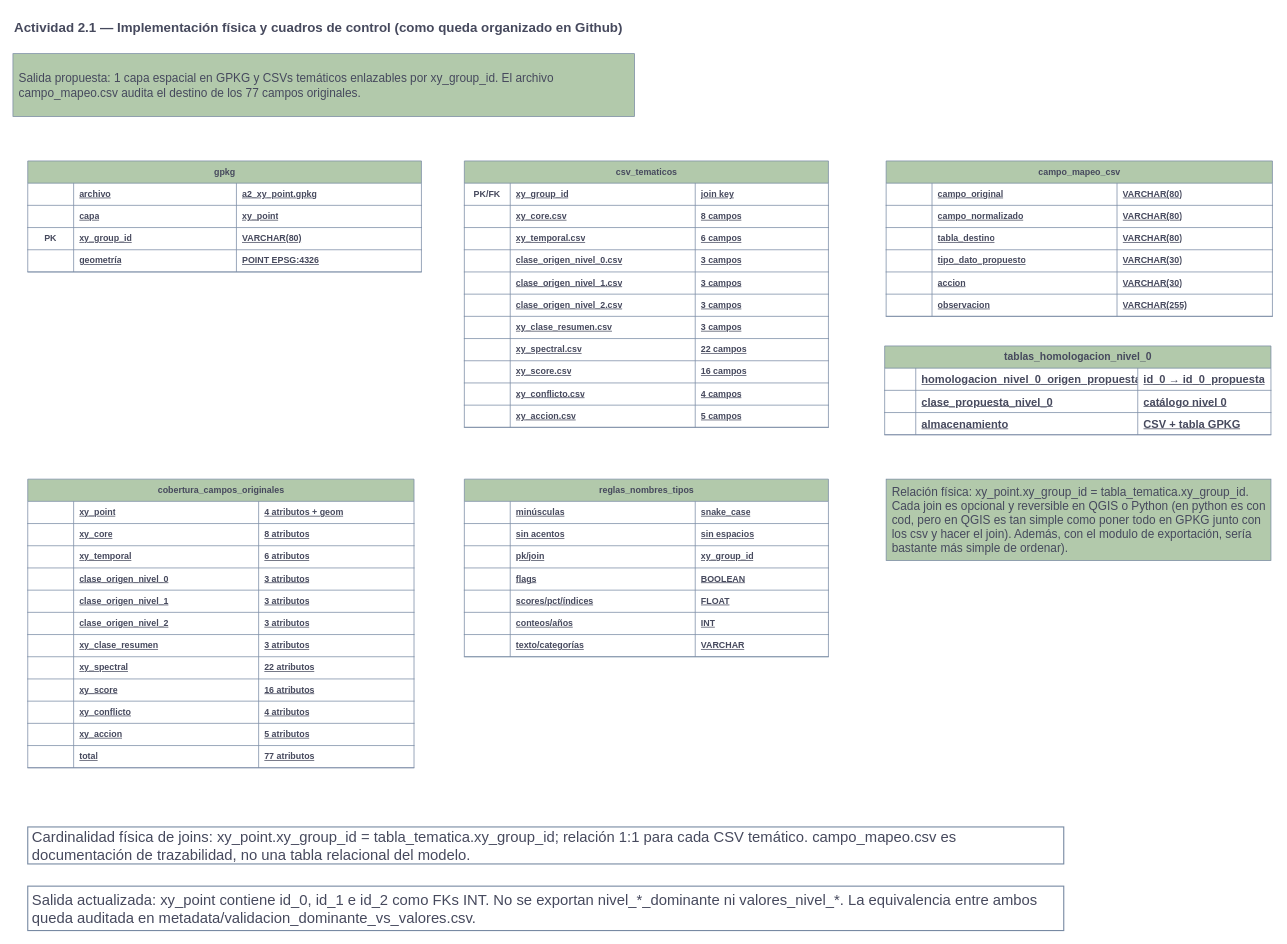
The draw.io diagram page "03_implementacion_fisica" (3 of 3) of docs/A2.1_normalizacion/propuesta_normalizacion/actividad_2_1_modelo_ordenado.drawio in CrisVolcano/PGBM_actividad_1_diagnostico, before the edit. Source tidied: cells renumbered, new cells numbered last; positions are measured from the earlier drawing's top-left corner, leaving out a move shared by most shapes. Both pictures are drawn from the tidied source at 74%, with x=0, y=0 at pixel (13, 13).
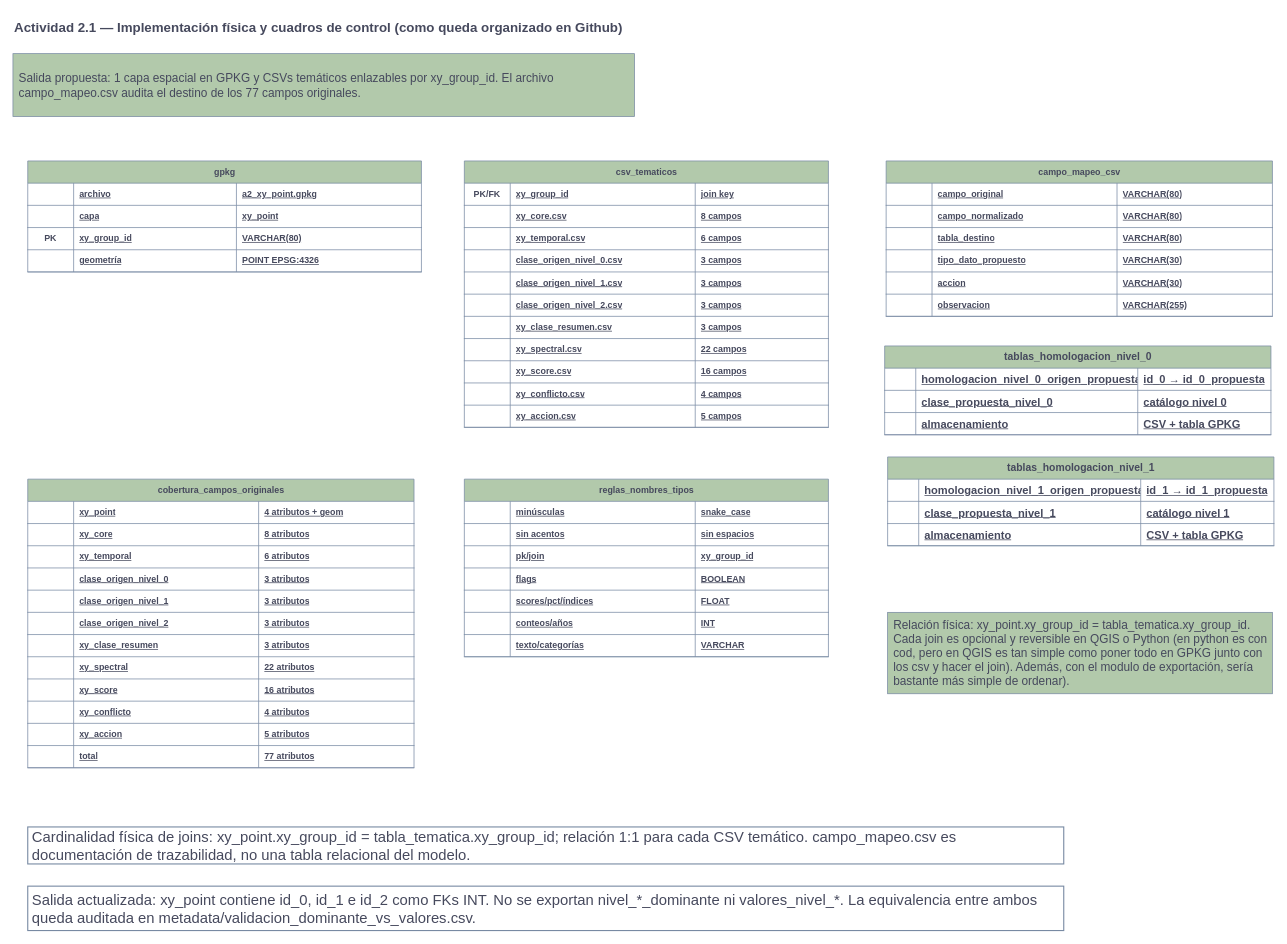
Above is the later version.

Change to the diagram source:
```diff
@@
     <mxCell id="169" value="&lt;font style=&quot;font-size: 16px;&quot;&gt;Relación física: xy_point.xy_group_id = tabla_tematica.xy_group_id. Cada join es opcional y reversible en QGIS o Python (en python es con cod, pero en QGIS es tan simple como poner todo en GPKG junto con los csv y hacer el join). Además, con el modulo de exportación, sería bastante más simple de ordenar).&amp;nbsp;&lt;/font&gt;" style="rounded=0;whiteSpace=wrap;html=1;fillColor=#B2C9AB;strokeColor=#788AA3;fontColor=#46495D;align=left;spacing=8;" parent="1" vertex="1">
-      <mxGeometry x="1180" y="630" width="520" height="110" as="geometry" />
+      <mxGeometry x="1182" y="810" width="520" height="110" as="geometry" />
     </mxCell>
@@
+    <mxCell id="185" value="tablas_homologacion_nivel_1" style="shape=table;startSize=30;childLayout=tableLayout;rowLines=0;fontStyle=1;align=center;html=1;labelBackgroundColor=none;fillColor=#B2C9AB;strokeColor=#788AA3;fontColor=#46495D;fontSize=14;" parent="1" vertex="1">
+      <mxGeometry x="1182" y="600" width="522" height="120" as="geometry" />
+    </mxCell>
+    <mxCell id="186" style="shape=tableRow;horizontal=0;startSize=0;swimlaneHead=0;swimlaneBody=0;fillColor=none;top=0;left=0;right=0;bottom=1;labelBackgroundColor=none;strokeColor=#788AA3;fontColor=#46495D;fontSize=15;" parent="185" vertex="1">
+      <mxGeometry y="30" width="522" height="30" as="geometry" />
+    </mxCell>
+    <mxCell id="187" style="shape=partialRectangle;fillColor=none;top=0;left=0;bottom=0;right=0;overflow=hidden;whiteSpace=wrap;html=1;labelBackgroundColor=none;strokeColor=#788AA3;fontColor=#46495D;fontStyle=1;align=center;fontSize=15;" parent="186" vertex="1">
+      <mxGeometry width="42" height="30" as="geometry" />
+    </mxCell>
+    <mxCell id="188" value="homologacion_nivel_1_origen_propuesta" style="shape=partialRectangle;fillColor=none;top=0;left=0;bottom=0;right=0;overflow=hidden;whiteSpace=wrap;html=1;labelBackgroundColor=none;strokeColor=#788AA3;fontColor=#46495D;align=left;spacingLeft=6;fontStyle=5;fontSize=15;" parent="186" vertex="1">
+      <mxGeometry x="42" width="300" height="30" as="geometry" />
+    </mxCell>
+    <mxCell id="189" value="id_1 → id_1_propuesta" style="shape=partialRectangle;fillColor=none;top=0;left=0;bottom=0;right=0;overflow=hidden;whiteSpace=wrap;html=1;labelBackgroundColor=none;strokeColor=#788AA3;fontColor=#46495D;align=left;spacingLeft=6;fontStyle=5;fontSize=15;" parent="186" vertex="1">
+      <mxGeometry x="342" width="180" height="30" as="geometry" />
+    </mxCell>
+    <mxCell id="190" style="shape=tableRow;horizontal=0;startSize=0;swimlaneHead=0;swimlaneBody=0;fillColor=none;top=0;left=0;right=0;bottom=1;labelBackgroundColor=none;strokeColor=#788AA3;fontColor=#46495D;fontSize=15;" parent="185" vertex="1">
+      <mxGeometry y="60" width="522" height="30" as="geometry" />
+    </mxCell>
+    <mxCell id="191" style="shape=partialRectangle;fillColor=none;top=0;left=0;bottom=0;right=0;overflow=hidden;whiteSpace=wrap;html=1;labelBackgroundColor=none;strokeColor=#788AA3;fontColor=#46495D;fontStyle=1;align=center;fontSize=15;" parent="190" vertex="1">
+      <mxGeometry width="42" height="30" as="geometry" />
+    </mxCell>
+    <mxCell id="192" value="clase_propuesta_nivel_1" style="shape=partialRectangle;fillColor=none;top=0;left=0;bottom=0;right=0;overflow=hidden;whiteSpace=wrap;html=1;labelBackgroundColor=none;strokeColor=#788AA3;fontColor=#46495D;align=left;spacingLeft=6;fontStyle=5;fontSize=15;" parent="190" vertex="1">
+      <mxGeometry x="42" width="300" height="30" as="geometry" />
+    </mxCell>
+    <mxCell id="193" value="catálogo nivel 1" style="shape=partialRectangle;fillColor=none;top=0;left=0;bottom=0;right=0;overflow=hidden;whiteSpace=wrap;html=1;labelBackgroundColor=none;strokeColor=#788AA3;fontColor=#46495D;align=left;spacingLeft=6;fontStyle=5;fontSize=15;" parent="190" vertex="1">
+      <mxGeometry x="342" width="180" height="30" as="geometry" />
+    </mxCell>
+    <mxCell id="194" style="shape=tableRow;horizontal=0;startSize=0;swimlaneHead=0;swimlaneBody=0;fillColor=none;top=0;left=0;right=0;bottom=1;labelBackgroundColor=none;strokeColor=#788AA3;fontColor=#46495D;fontSize=15;" parent="185" vertex="1">
+      <mxGeometry y="90" width="522" height="30" as="geometry" />
+    </mxCell>
+    <mxCell id="195" style="shape=partialRectangle;fillColor=none;top=0;left=0;bottom=0;right=0;overflow=hidden;whiteSpace=wrap;html=1;labelBackgroundColor=none;strokeColor=#788AA3;fontColor=#46495D;fontStyle=1;align=center;fontSize=15;" parent="194" vertex="1">
+      <mxGeometry width="42" height="30" as="geometry" />
+    </mxCell>
+    <mxCell id="196" value="almacenamiento" style="shape=partialRectangle;fillColor=none;top=0;left=0;bottom=0;right=0;overflow=hidden;whiteSpace=wrap;html=1;labelBackgroundColor=none;strokeColor=#788AA3;fontColor=#46495D;align=left;spacingLeft=6;fontStyle=5;fontSize=15;" parent="194" vertex="1">
+      <mxGeometry x="42" width="300" height="30" as="geometry" />
+    </mxCell>
+    <mxCell id="197" value="CSV + tabla GPKG" style="shape=partialRectangle;fillColor=none;top=0;left=0;bottom=0;right=0;overflow=hidden;whiteSpace=wrap;html=1;labelBackgroundColor=none;strokeColor=#788AA3;fontColor=#46495D;align=left;spacingLeft=6;fontStyle=5;fontSize=15;" parent="194" vertex="1">
+      <mxGeometry x="342" width="180" height="30" as="geometry" />
+    </mxCell>
```
